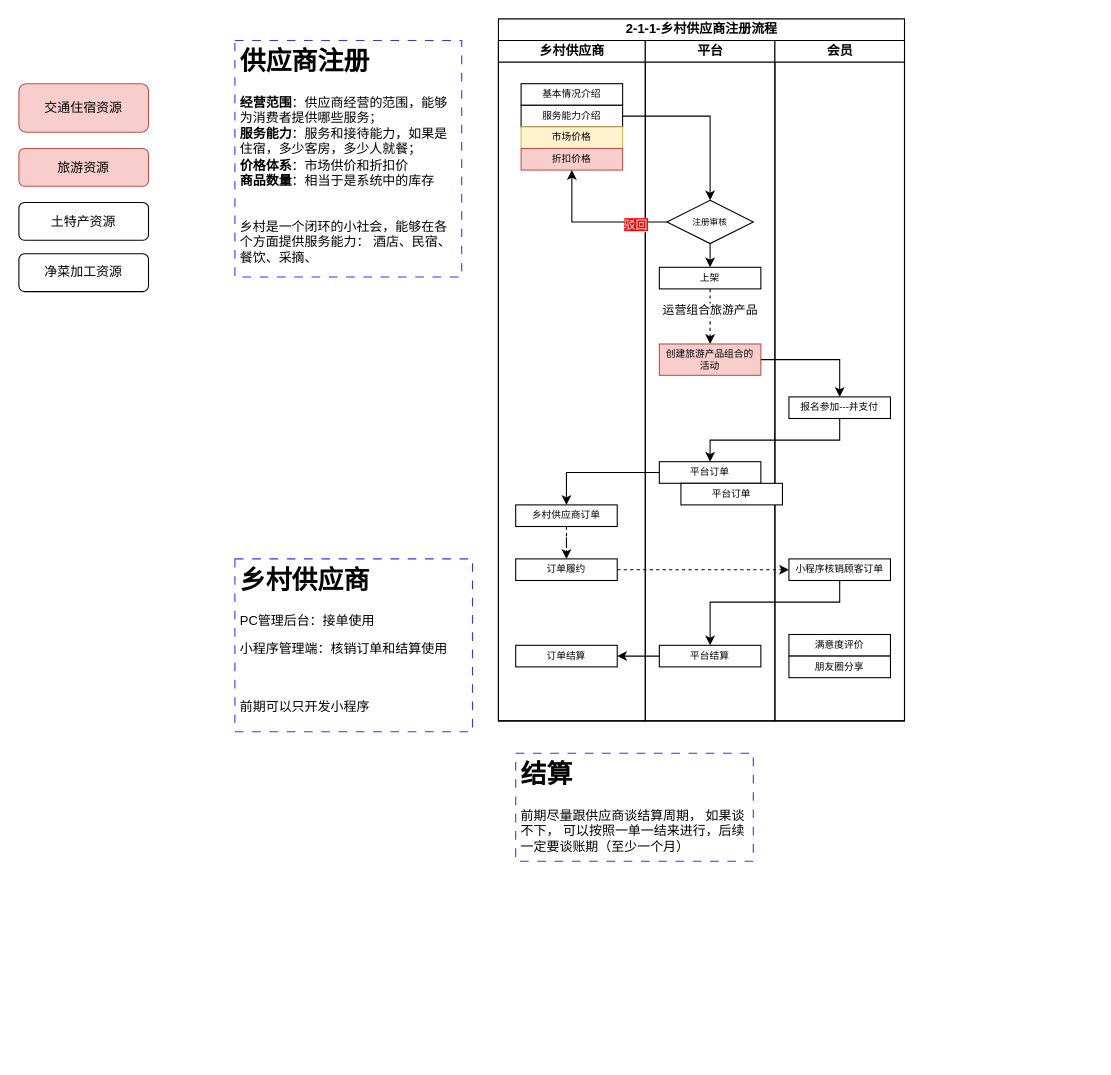
Above: page "2-1-3-整合服务产品流程" (3 of 7) of Graph/2-1-乡村供应商流程.drawio in ManGuo/HealthFarm (draw.io), before the change. Source tidied: cells renumbered, new cells numbered last; positions are measured from the earlier drawing's top-left corner, leaving out a move shared by most shapes. Both pictures are drawn from the tidied source at 108%, with x=0, y=0 at pixel (18, 18).
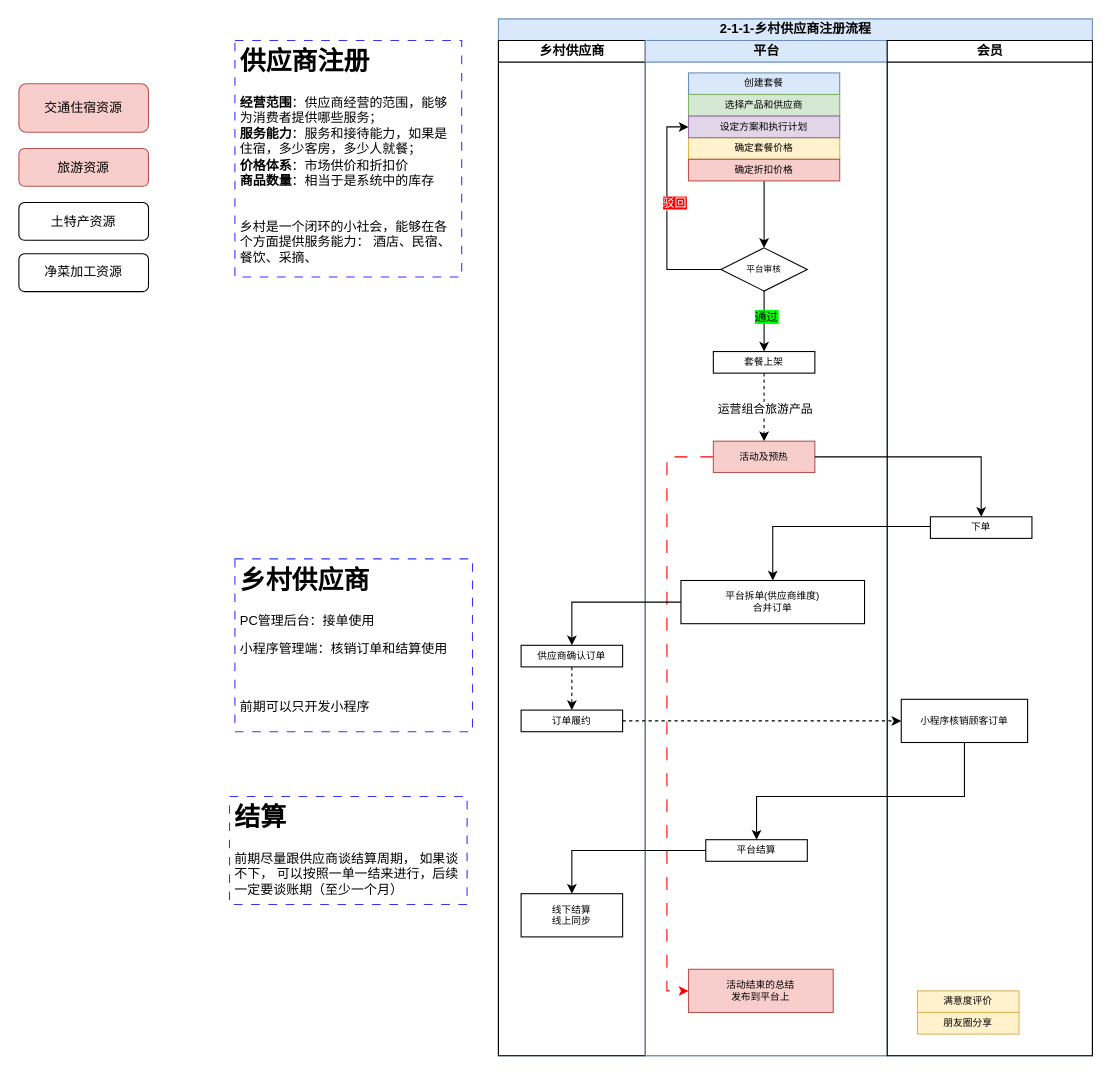
Above is the later version.

The change refers to these unchanged cells:
```xml
<mxCell id="13" style="edgeStyle=orthogonalEdgeStyle;rounded=0;jettySize=auto;html=1;" parent="12" edge="1" source="14" target="17">
  <mxGeometry relative="1" as="geometry" />
</mxCell>
<mxCell id="15" style="edgeStyle=orthogonalEdgeStyle;rounded=0;jettySize=auto;html=1;dashed=1;" parent="12" edge="1" source="17" target="18">
  <mxGeometry relative="1" as="geometry" />
</mxCell>
```

What changed in the source:
```diff
@@
-    <mxCell id="2" value="2-1-1-乡村供应商注册流程" style="swimlane;startSize=20;html=1;" parent="1" vertex="1">
-      <mxGeometry x="444" width="376" height="650" as="geometry" />
+    <mxCell id="2" value="2-1-1-乡村供应商注册流程" style="swimlane;startSize=20;html=1;fillColor=#dae8fc;strokeColor=#6c8ebf;" parent="1" vertex="1">
+      <mxGeometry x="444" width="550" height="960" as="geometry" />
     </mxCell>
     <mxCell id="3" value="乡村供应商" style="swimlane;startSize=20;html=1;" parent="2" vertex="1">
-      <mxGeometry y="20" width="136" height="630" as="geometry" />
+      <mxGeometry y="20" width="136" height="940" as="geometry" />
     </mxCell>
-    <mxCell id="4" value="基本情况介绍" style="rounded=0;whiteSpace=wrap;html=1;fontSize=9;" parent="3" vertex="1">
-      <mxGeometry x="21" y="40" width="94" height="20" as="geometry" />
-    </mxCell>
-    <mxCell id="5" value="服务能力介绍" style="rounded=0;whiteSpace=wrap;html=1;fontSize=9;" parent="3" vertex="1">
-      <mxGeometry x="21" y="60" width="94" height="20" as="geometry" />
-    </mxCell>
-    <mxCell id="6" value="市场价格" style="rounded=0;whiteSpace=wrap;html=1;fontSize=9;fillColor=#fff2cc;strokeColor=#d6b656;" parent="3" vertex="1">
-      <mxGeometry x="21" y="80" width="94" height="20" as="geometry" />
-    </mxCell>
-    <mxCell id="7" value="折扣价格" style="rounded=0;whiteSpace=wrap;html=1;fontSize=9;fillColor=#f8cecc;strokeColor=#b85450;" parent="3" vertex="1">
-      <mxGeometry x="21" y="100" width="94" height="20" as="geometry" />
-    </mxCell>
@@
-    <mxCell id="9" value="乡村供应商订单" style="rounded=0;whiteSpace=wrap;html=1;fontSize=9;" parent="3" vertex="1">
-      <mxGeometry x="16" y="430" width="94" height="20" as="geometry" />
+    <mxCell id="9" value="供应商确认订单" style="rounded=0;whiteSpace=wrap;html=1;fontSize=9;" parent="3" vertex="1">
+      <mxGeometry x="21" y="560" width="94" height="20" as="geometry" />
     </mxCell>
     <mxCell id="10" value="订单履约" style="rounded=0;whiteSpace=wrap;html=1;fontSize=9;" parent="3" vertex="1">
-      <mxGeometry x="16" y="480" width="94" height="20" as="geometry" />
+      <mxGeometry x="21" y="620" width="94" height="20" as="geometry" />
     </mxCell>
-    <mxCell id="11" value="订单结算" style="rounded=0;whiteSpace=wrap;html=1;fontSize=9;" parent="3" vertex="1">
-      <mxGeometry x="16" y="560" width="94" height="20" as="geometry" />
+    <mxCell id="11" value="线下结算&lt;br&gt;线上同步" style="rounded=0;whiteSpace=wrap;html=1;fontSize=9;" parent="3" vertex="1">
+      <mxGeometry x="21" y="790" width="94" height="40" as="geometry" />
     </mxCell>
-    <mxCell id="12" value="平台" style="swimlane;startSize=20;html=1;" parent="2" vertex="1">
-      <mxGeometry x="136" y="20" width="120" height="630" as="geometry" />
+    <mxCell id="12" value="平台" style="swimlane;startSize=20;html=1;fillColor=#dae8fc;strokeColor=#6c8ebf;" parent="2" vertex="1">
+      <mxGeometry x="136" y="20" width="224" height="940" as="geometry" />
     </mxCell>
@@
+    <mxCell id="43" value="通过" style="edgeLabel;html=1;align=center;verticalAlign=middle;labelBackgroundColor=#00FF00;" parent="13" vertex="1">
+      <mxGeometry x="-0.17" y="1" relative="1" as="geometry" />
+    </mxCell>
-    <mxCell id="14" value="注册审核" style="rhombus;whiteSpace=wrap;html=1;fontSize=8;" parent="12" vertex="1">
-      <mxGeometry x="20" y="148" width="80" height="40" as="geometry" />
+    <mxCell id="14" value="平台审核" style="rhombus;whiteSpace=wrap;html=1;fontSize=8;" parent="12" vertex="1">
+      <mxGeometry x="70" y="192" width="80" height="40" as="geometry" />
     </mxCell>
@@
     <mxCell id="16" value="运营组合旅游产品" style="edgeLabel;html=1;align=center;verticalAlign=middle;" parent="15" vertex="1">
-      <mxGeometry x="-0.25" y="-1" relative="1" as="geometry" />
+      <mxGeometry x="-0.25" y="-1" relative="1" as="geometry">
+        <mxPoint x="1" y="8" as="offset" />
+      </mxGeometry>
     </mxCell>
-    <mxCell id="17" value="上架" style="rounded=0;whiteSpace=wrap;html=1;fontSize=9;" parent="12" vertex="1">
-      <mxGeometry x="13" y="210" width="94" height="20" as="geometry" />
+    <mxCell id="17" value="套餐上架" style="rounded=0;whiteSpace=wrap;html=1;fontSize=9;" parent="12" vertex="1">
+      <mxGeometry x="63" y="288" width="94" height="20" as="geometry" />
     </mxCell>
+    <mxCell id="44" style="edgeStyle=orthogonalEdgeStyle;rounded=0;jettySize=auto;html=1;entryX=0;entryY=0.5;entryDx=0;entryDy=0;dashed=1;dashPattern=12 12;strokeColor=#FF0000;" parent="12" edge="1" source="18" target="47">
+      <mxGeometry relative="1" as="geometry">
+        <Array as="points">
+          <mxPoint x="20" y="385" />
+          <mxPoint x="20" y="880" />
+        </Array>
+      </mxGeometry>
+    </mxCell>
-    <mxCell id="18" value="&lt;div&gt;创建旅游产品组合的&lt;/div&gt;&lt;div&gt;活动&lt;/div&gt;" style="rounded=0;whiteSpace=wrap;html=1;fontSize=9;fillColor=#f8cecc;strokeColor=#b85450;" parent="12" vertex="1">
-      <mxGeometry x="13" y="281" width="94" height="29" as="geometry" />
+    <mxCell id="18" value="&lt;div&gt;活动及预热&lt;/div&gt;" style="rounded=0;whiteSpace=wrap;html=1;fontSize=9;fillColor=#f8cecc;strokeColor=#b85450;" parent="12" vertex="1">
+      <mxGeometry x="63" y="371" width="94" height="29" as="geometry" />
     </mxCell>
+    <mxCell id="20" value="平台结算" style="rounded=0;whiteSpace=wrap;html=1;fontSize=9;" parent="12" vertex="1">
+      <mxGeometry x="56" y="740" width="94" height="20" as="geometry" />
+    </mxCell>
+    <mxCell id="4" value="创建套餐" style="rounded=0;whiteSpace=wrap;html=1;fontSize=9;fillColor=#dae8fc;strokeColor=#6c8ebf;" parent="12" vertex="1">
+      <mxGeometry x="40" y="30" width="140" height="20" as="geometry" />
+    </mxCell>
+    <mxCell id="5" value="选择产品和供应商" style="rounded=0;whiteSpace=wrap;html=1;fontSize=9;fillColor=#d5e8d4;strokeColor=#82b366;" parent="12" vertex="1">
+      <mxGeometry x="40" y="50" width="140" height="20" as="geometry" />
+    </mxCell>
+    <mxCell id="6" value="确定套餐价格" style="rounded=0;whiteSpace=wrap;html=1;fontSize=9;fillColor=#fff2cc;strokeColor=#d6b656;" parent="12" vertex="1">
+      <mxGeometry x="40" y="90" width="140" height="20" as="geometry" />
+    </mxCell>
+    <mxCell id="45" style="edgeStyle=orthogonalEdgeStyle;rounded=0;jettySize=auto;html=1;entryX=0.5;entryY=0;entryDx=0;entryDy=0;" parent="12" edge="1" source="7" target="14">
+      <mxGeometry relative="1" as="geometry">
+        <Array as="points">
+          <mxPoint x="110" y="192" />
+        </Array>
+      </mxGeometry>
+    </mxCell>
+    <mxCell id="7" value="确定折扣价格" style="rounded=0;whiteSpace=wrap;html=1;fontSize=9;fillColor=#f8cecc;strokeColor=#b85450;" parent="12" vertex="1">
+      <mxGeometry x="40" y="110" width="140" height="20" as="geometry" />
+    </mxCell>
+    <mxCell id="33" style="edgeStyle=orthogonalEdgeStyle;rounded=0;jettySize=auto;html=1;entryX=0;entryY=0.5;entryDx=0;entryDy=0;exitX=0;exitY=0.5;exitDx=0;exitDy=0;" parent="12" edge="1" source="14" target="46">
+      <mxGeometry relative="1" as="geometry">
+        <Array as="points">
+          <mxPoint x="20" y="212" />
+          <mxPoint x="20" y="80" />
+        </Array>
+      </mxGeometry>
+    </mxCell>
+    <mxCell id="34" value="&lt;span style=&quot;background-color: rgb(255, 0, 0);&quot;&gt;&lt;font color=&quot;#ffffff&quot;&gt;驳回&lt;/font&gt;&lt;/span&gt;" style="edgeLabel;html=1;align=center;verticalAlign=middle;" parent="33" vertex="1">
+      <mxGeometry x="-0.56" y="2" relative="1" as="geometry">
+        <mxPoint y="-64" as="offset" />
+      </mxGeometry>
+    </mxCell>
+    <mxCell id="46" value="设定方案和执行计划" style="rounded=0;whiteSpace=wrap;html=1;fontSize=9;fillColor=#e1d5e7;strokeColor=#9673a6;" parent="12" vertex="1">
+      <mxGeometry x="40" y="70" width="140" height="20" as="geometry" />
+    </mxCell>
-    <mxCell id="19" value="平台订单" style="rounded=0;whiteSpace=wrap;html=1;fontSize=9;" parent="12" vertex="1">
-      <mxGeometry x="13" y="390" width="94" height="20" as="geometry" />
+    <mxCell id="19" value="平台拆单(供应商维度)&lt;br&gt;合并订单" style="rounded=0;whiteSpace=wrap;html=1;fontSize=9;" parent="12" vertex="1">
+      <mxGeometry x="33" y="500" width="170" height="40" as="geometry" />
     </mxCell>
-    <mxCell id="20" value="平台结算" style="rounded=0;whiteSpace=wrap;html=1;fontSize=9;" parent="12" vertex="1">
-      <mxGeometry x="13" y="560" width="94" height="20" as="geometry" />
-    </mxCell>
+    <mxCell id="47" value="活动结束的总结&lt;br&gt;发布到平台上" style="rounded=0;whiteSpace=wrap;html=1;fontSize=9;fillColor=#f8cecc;strokeColor=#b85450;" parent="12" vertex="1">
+      <mxGeometry x="40" y="860" width="134" height="40" as="geometry" />
+    </mxCell>
+    <mxCell id="27" style="edgeStyle=orthogonalEdgeStyle;rounded=0;jettySize=auto;html=1;entryX=0.5;entryY=0;entryDx=0;entryDy=0;" parent="2" edge="1" source="18" target="22">
+      <mxGeometry relative="1" as="geometry" />
+    </mxCell>
+    <mxCell id="30" style="edgeStyle=orthogonalEdgeStyle;rounded=0;jettySize=auto;html=1;dashed=1;" parent="2" edge="1" source="10" target="23">
+      <mxGeometry relative="1" as="geometry" />
+    </mxCell>
+    <mxCell id="31" style="edgeStyle=orthogonalEdgeStyle;rounded=0;jettySize=auto;html=1;exitX=0.5;exitY=1;exitDx=0;exitDy=0;entryX=0.5;entryY=0;entryDx=0;entryDy=0;" parent="2" edge="1" source="23" target="20">
+      <mxGeometry relative="1" as="geometry">
+        <Array as="points">
+          <mxPoint x="431" y="720" />
+          <mxPoint x="239" y="720" />
+        </Array>
+      </mxGeometry>
+    </mxCell>
+    <mxCell id="32" style="edgeStyle=orthogonalEdgeStyle;rounded=0;jettySize=auto;html=1;" parent="2" edge="1" source="20" target="11">
+      <mxGeometry relative="1" as="geometry" />
+    </mxCell>
     <mxCell id="21" value="会员" style="swimlane;startSize=20;html=1;" parent="2" vertex="1">
-      <mxGeometry x="256" y="20" width="120" height="630" as="geometry" />
+      <mxGeometry x="360" y="20" width="190" height="940" as="geometry" />
     </mxCell>
-    <mxCell id="22" value="报名参加---并支付" style="rounded=0;whiteSpace=wrap;html=1;fontSize=9;" parent="21" vertex="1">
-      <mxGeometry x="13" y="330" width="94" height="20" as="geometry" />
+    <mxCell id="22" value="下单" style="rounded=0;whiteSpace=wrap;html=1;fontSize=9;" parent="21" vertex="1">
+      <mxGeometry x="40" y="441" width="94" height="20" as="geometry" />
     </mxCell>
     <mxCell id="23" value="小程序核销顾客订单" style="rounded=0;whiteSpace=wrap;html=1;fontSize=9;" parent="21" vertex="1">
-      <mxGeometry x="13" y="480" width="94" height="20" as="geometry" />
+      <mxGeometry x="13" y="610" width="117" height="40" as="geometry" />
     </mxCell>
-    <mxCell id="24" value="满意度评价" style="rounded=0;whiteSpace=wrap;html=1;fontSize=9;" parent="21" vertex="1">
-      <mxGeometry x="13" y="550" width="94" height="20" as="geometry" />
+    <mxCell id="24" value="满意度评价" style="rounded=0;whiteSpace=wrap;html=1;fontSize=9;fillColor=#fff2cc;strokeColor=#d6b656;" parent="21" vertex="1">
+      <mxGeometry x="28" y="880" width="94" height="20" as="geometry" />
     </mxCell>
-    <mxCell id="25" value="朋友圈分享" style="rounded=0;whiteSpace=wrap;html=1;fontSize=9;" parent="21" vertex="1">
-      <mxGeometry x="13" y="570" width="94" height="20" as="geometry" />
+    <mxCell id="25" value="朋友圈分享" style="rounded=0;whiteSpace=wrap;html=1;fontSize=9;fillColor=#fff2cc;strokeColor=#d6b656;" parent="21" vertex="1">
+      <mxGeometry x="28" y="900" width="94" height="20" as="geometry" />
     </mxCell>
-    <mxCell id="26" style="edgeStyle=orthogonalEdgeStyle;rounded=0;jettySize=auto;html=1;entryX=0.5;entryY=0;entryDx=0;entryDy=0;exitX=1;exitY=0.5;exitDx=0;exitDy=0;" parent="2" edge="1" source="5" target="14">
-      <mxGeometry relative="1" as="geometry">
-        <Array as="points">
-          <mxPoint x="196" y="90" />
-        </Array>
-      </mxGeometry>
-    </mxCell>
-    <mxCell id="27" style="edgeStyle=orthogonalEdgeStyle;rounded=0;jettySize=auto;html=1;entryX=0.5;entryY=0;entryDx=0;entryDy=0;" parent="2" edge="1" source="18" target="22">
-      <mxGeometry relative="1" as="geometry" />
-    </mxCell>
-    <mxCell id="28" style="edgeStyle=orthogonalEdgeStyle;rounded=0;jettySize=auto;html=1;" parent="2" edge="1" source="22" target="19">
+    <mxCell id="28" style="edgeStyle=orthogonalEdgeStyle;rounded=0;jettySize=auto;html=1;entryX=0.5;entryY=0;entryDx=0;entryDy=0;" parent="2" edge="1" source="22" target="19">
       <mxGeometry relative="1" as="geometry">
         <Array as="points">
-          <mxPoint x="316" y="390" />
-          <mxPoint x="196" y="390" />
+          <mxPoint x="254" y="470" />
         </Array>
       </mxGeometry>
     </mxCell>
@@
-    <mxCell id="30" style="edgeStyle=orthogonalEdgeStyle;rounded=0;jettySize=auto;html=1;dashed=1;" parent="2" edge="1" source="10" target="23">
-      <mxGeometry relative="1" as="geometry" />
-    </mxCell>
-    <mxCell id="31" style="edgeStyle=orthogonalEdgeStyle;rounded=0;jettySize=auto;html=1;" parent="2" edge="1" source="23" target="20">
-      <mxGeometry relative="1" as="geometry">
-        <Array as="points">
-          <mxPoint x="316" y="540" />
-          <mxPoint x="196" y="540" />
-        </Array>
-      </mxGeometry>
-    </mxCell>
-    <mxCell id="32" style="edgeStyle=orthogonalEdgeStyle;rounded=0;jettySize=auto;html=1;" parent="2" edge="1" source="20" target="11">
-      <mxGeometry relative="1" as="geometry" />
-    </mxCell>
-    <mxCell id="33" style="edgeStyle=orthogonalEdgeStyle;rounded=0;jettySize=auto;html=1;entryX=0.5;entryY=1;entryDx=0;entryDy=0;" parent="2" edge="1" source="14" target="7">
-      <mxGeometry relative="1" as="geometry" />
-    </mxCell>
-    <mxCell id="34" value="&lt;span style=&quot;background-color: rgb(255, 0, 0);&quot;&gt;&lt;font color=&quot;#ffffff&quot;&gt;驳回&lt;/font&gt;&lt;/span&gt;" style="edgeLabel;html=1;align=center;verticalAlign=middle;" parent="33" vertex="1">
-      <mxGeometry x="-0.56" y="2" relative="1" as="geometry" />
-    </mxCell>
-    <mxCell id="35" value="平台订单" style="rounded=0;whiteSpace=wrap;html=1;fontSize=9;" parent="1" vertex="1">
-      <mxGeometry x="613" y="430" width="94" height="20" as="geometry" />
-    </mxCell>
@@
     <mxCell id="37" value="&lt;h1&gt;结算&lt;/h1&gt;前期尽量跟供应商谈结算周期， 如果谈不下， 可以按照一单一结来进行，后续一定要谈账期（至少一个月）" style="text;html=1;strokeColor=#3333FF;fillColor=none;spacing=5;spacingTop=-20;whiteSpace=wrap;overflow=hidden;rounded=0;dashed=1;dashPattern=8 8;" parent="1" vertex="1">
-      <mxGeometry x="460" y="680" width="220" height="100" as="geometry" />
+      <mxGeometry x="195" y="720" width="220" height="100" as="geometry" />
     </mxCell>
```
